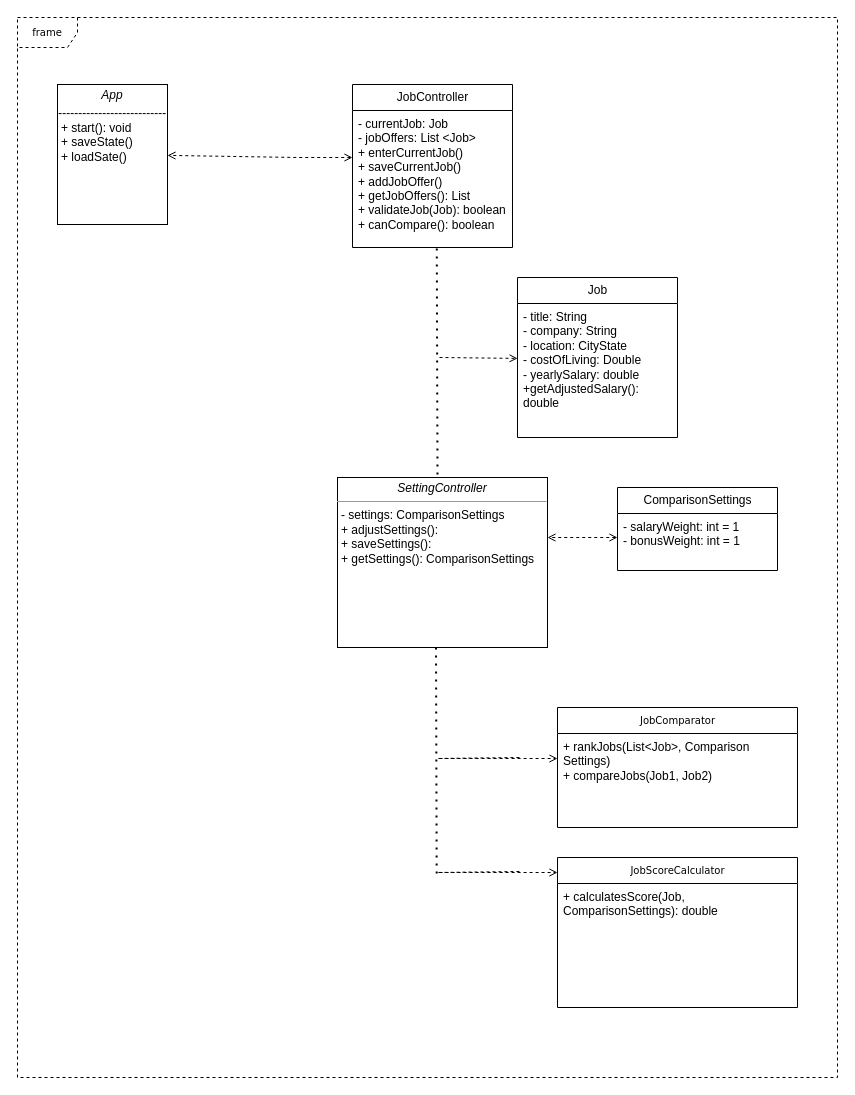
Above: Untitled Diagram.drawio in yzhuo46/myrepo (draw.io), before the change. Source tidied: cells renumbered, new cells numbered last; positions are measured from the earlier drawing's top-left corner, leaving out a move shared by most shapes. Both pictures are drawn from the tidied source at 100%, with x=0, y=0 at pixel (17, 17).
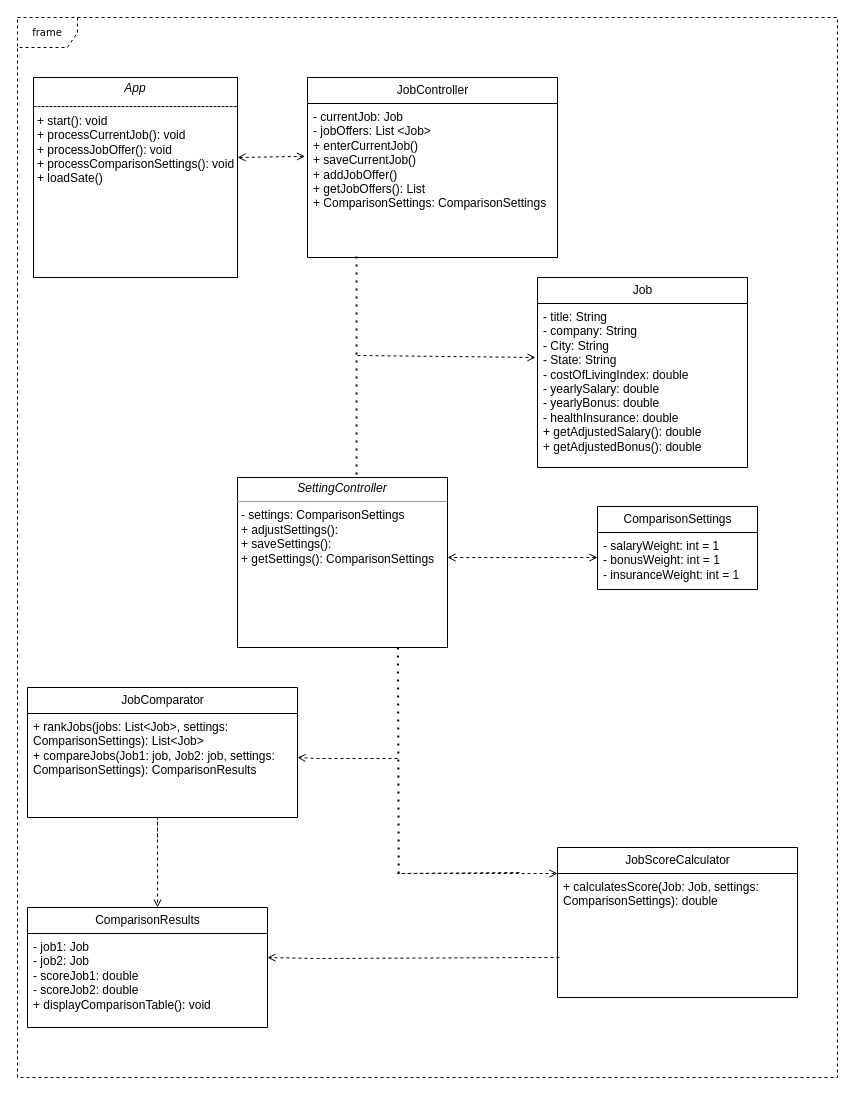
Above is the later version.

Change to the diagram source:
```diff
@@
     <mxCell id="3" value="&lt;font style=&quot;font-size: 12px;&quot; face=&quot;Helvetica&quot;&gt;JobController&lt;/font&gt;" style="swimlane;html=1;fontStyle=0;horizontal=1;startSize=26;fillColor=none;swimlaneFillColor=#ffffff;rounded=0;shadow=0;comic=0;labelBackgroundColor=none;strokeWidth=1;fontFamily=Verdana;fontSize=10;align=center;" parent="1" vertex="1">
-      <mxGeometry x="335" y="67" width="160" height="163" as="geometry" />
+      <mxGeometry x="290" y="60" width="250" height="180" as="geometry" />
     </mxCell>
-    <mxCell id="4" value="- currentJob: Job&lt;div&gt;- jobOffers: List &amp;lt;Job&amp;gt;&lt;/div&gt;&lt;div&gt;+ enterCurrentJob()&lt;/div&gt;&lt;div&gt;+ saveCurrentJob()&lt;/div&gt;&lt;div&gt;+ addJobOffer()&lt;/div&gt;&lt;div&gt;+ getJobOffers(): List&lt;/div&gt;&lt;div&gt;+ validateJob(Job): boolean&lt;/div&gt;&lt;div&gt;+ canCompare(): boolean&lt;/div&gt;" style="text;html=1;strokeColor=none;fillColor=none;align=left;verticalAlign=top;spacingLeft=4;spacingRight=4;whiteSpace=wrap;overflow=hidden;points=[[0,0.5],[1,0.5]];portConstraint=eastwest;" parent="3" vertex="1">
-      <mxGeometry y="26" width="160" height="134" as="geometry" />
+    <mxCell id="4" value="- currentJob: Job&lt;div&gt;- jobOffers: List &amp;lt;Job&amp;gt;&lt;/div&gt;&lt;div&gt;+ enterCurrentJob()&lt;/div&gt;&lt;div&gt;+ saveCurrentJob()&lt;/div&gt;&lt;div&gt;+ addJobOffer()&lt;/div&gt;&lt;div&gt;+ getJobOffers(): List&lt;/div&gt;&lt;div&gt;+&amp;nbsp;&lt;span style=&quot;text-wrap-mode: nowrap; background-color: transparent; color: light-dark(rgb(0, 0, 0), rgb(255, 255, 255));&quot;&gt;ComparisonSettings:&amp;nbsp;&lt;/span&gt;&lt;span style=&quot;text-wrap-mode: nowrap; background-color: transparent; color: light-dark(rgb(0, 0, 0), rgb(255, 255, 255));&quot;&gt;ComparisonSettings&lt;/span&gt;&lt;/div&gt;" style="text;html=1;strokeColor=none;fillColor=none;align=left;verticalAlign=top;spacingLeft=4;spacingRight=4;whiteSpace=wrap;overflow=hidden;points=[[0,0.5],[1,0.5]];portConstraint=eastwest;" parent="3" vertex="1">
+      <mxGeometry y="26" width="250" height="154" as="geometry" />
     </mxCell>
     <mxCell id="5" value="&lt;font style=&quot;font-size: 12px;&quot; face=&quot;Helvetica&quot;&gt;Job&lt;/font&gt;" style="swimlane;html=1;fontStyle=0;horizontal=1;startSize=26;fillColor=none;swimlaneFillColor=#ffffff;rounded=0;shadow=0;comic=0;labelBackgroundColor=none;strokeWidth=1;fontFamily=Verdana;fontSize=10;align=center;" parent="1" vertex="1">
-      <mxGeometry x="500" y="260" width="160" height="160" as="geometry" />
+      <mxGeometry x="520" y="260" width="210" height="190" as="geometry" />
     </mxCell>
-    <mxCell id="6" value="- title: String&lt;div&gt;- company: String&lt;/div&gt;&lt;div&gt;- location: CityState&lt;/div&gt;&lt;div&gt;- costOfLiving: Double&lt;/div&gt;&lt;div&gt;- yearlySalary: double&lt;/div&gt;&lt;div&gt;+getAdjustedSalary(): double&lt;/div&gt;" style="text;html=1;strokeColor=none;fillColor=none;align=left;verticalAlign=top;spacingLeft=4;spacingRight=4;whiteSpace=wrap;overflow=hidden;" parent="5" vertex="1">
-      <mxGeometry y="26" width="160" height="134" as="geometry" />
+    <mxCell id="6" value="- title: String&lt;div&gt;- company: String&lt;/div&gt;&lt;div&gt;- City: String&lt;/div&gt;&lt;div&gt;- State: String&lt;/div&gt;&lt;div&gt;- costOfLivingIndex: double&lt;/div&gt;&lt;div&gt;- yearlySalary: double&lt;/div&gt;&lt;div&gt;- yearlyBonus: double&lt;/div&gt;&lt;div&gt;- healthInsurance: double&lt;/div&gt;&lt;div&gt;+ getAdjustedSalary(): double&lt;/div&gt;&lt;div&gt;+ getAdjustedBonus(): double&lt;/div&gt;" style="text;html=1;strokeColor=none;fillColor=none;align=left;verticalAlign=top;spacingLeft=4;spacingRight=4;whiteSpace=wrap;overflow=hidden;" parent="5" vertex="1">
+      <mxGeometry y="26" width="210" height="164" as="geometry" />
     </mxCell>
-    <mxCell id="7" value="JobScoreCalculator" style="swimlane;html=1;fontStyle=0;horizontal=1;startSize=26;fillColor=none;swimlaneFillColor=#ffffff;rounded=0;shadow=0;comic=0;labelBackgroundColor=none;strokeWidth=1;fontFamily=Verdana;fontSize=10;align=center;" parent="1" vertex="1">
-      <mxGeometry x="540" y="840" width="240" height="150" as="geometry" />
+    <mxCell id="7" value="&lt;font style=&quot;font-size: 12px;&quot; face=&quot;Helvetica&quot;&gt;JobScoreCalculator&lt;/font&gt;" style="swimlane;html=1;fontStyle=0;horizontal=1;startSize=26;fillColor=none;swimlaneFillColor=#ffffff;rounded=0;shadow=0;comic=0;labelBackgroundColor=none;strokeWidth=1;fontFamily=Verdana;fontSize=10;align=center;" parent="1" vertex="1">
+      <mxGeometry x="540" y="830" width="240" height="150" as="geometry" />
     </mxCell>
-    <mxCell id="8" value="+ calculatesScore(Job, ComparisonSettings): double" style="text;html=1;strokeColor=none;fillColor=none;align=left;verticalAlign=top;spacingLeft=4;spacingRight=4;whiteSpace=wrap;overflow=hidden;points=[[0,0.5],[1,0.5]];portConstraint=eastwest;" parent="7" vertex="1">
+    <mxCell id="8" value="+ calculatesScore(Job: Job, settings: ComparisonSettings): double" style="text;html=1;strokeColor=none;fillColor=none;align=left;verticalAlign=top;spacingLeft=4;spacingRight=4;whiteSpace=wrap;overflow=hidden;points=[[0,0.5],[1,0.5]];portConstraint=eastwest;" parent="7" vertex="1">
       <mxGeometry y="26" width="240" height="124" as="geometry" />
     </mxCell>
-    <mxCell id="9" value="JobComparator" style="swimlane;html=1;fontStyle=0;horizontal=1;startSize=26;fillColor=none;swimlaneFillColor=#ffffff;rounded=0;shadow=0;comic=0;labelBackgroundColor=none;strokeWidth=1;fontFamily=Verdana;fontSize=10;align=center;" parent="1" vertex="1">
-      <mxGeometry x="540" y="690" width="240" height="120" as="geometry" />
+    <mxCell id="9" value="&lt;font style=&quot;font-size: 12px;&quot; face=&quot;Helvetica&quot;&gt;JobComparator&lt;/font&gt;" style="swimlane;html=1;fontStyle=0;horizontal=1;startSize=26;fillColor=none;swimlaneFillColor=#ffffff;rounded=0;shadow=0;comic=0;labelBackgroundColor=none;strokeWidth=1;fontFamily=Verdana;fontSize=10;align=center;" parent="1" vertex="1">
+      <mxGeometry x="10" y="670" width="270" height="130" as="geometry" />
     </mxCell>
-    <mxCell id="10" value="+ rankJobs(List&amp;lt;Job&amp;gt;, Comparison Settings)&lt;div&gt;+ compareJobs(Job1, Job2)&lt;/div&gt;" style="text;html=1;strokeColor=none;fillColor=none;align=left;verticalAlign=top;spacingLeft=4;spacingRight=4;whiteSpace=wrap;overflow=hidden;" parent="9" vertex="1">
-      <mxGeometry y="26" width="240" height="74" as="geometry" />
+    <mxCell id="10" value="+ rankJobs(jobs: List&amp;lt;Job&amp;gt;, settings: ComparisonSettings): List&amp;lt;Job&amp;gt;&lt;div&gt;+ compareJobs(Job1: job, Job2: job, settings: ComparisonSettings): ComparisonResults&lt;/div&gt;" style="text;html=1;strokeColor=none;fillColor=none;align=left;verticalAlign=top;spacingLeft=4;spacingRight=4;whiteSpace=wrap;overflow=hidden;" parent="9" vertex="1">
+      <mxGeometry y="26" width="270" height="74" as="geometry" />
     </mxCell>
     <mxCell id="11" value="&lt;font style=&quot;font-size: 12px;&quot; face=&quot;Helvetica&quot;&gt;ComparisonSettings&lt;/font&gt;" style="swimlane;html=1;fontStyle=0;horizontal=1;startSize=26;fillColor=none;swimlaneFillColor=#ffffff;rounded=0;shadow=0;comic=0;labelBackgroundColor=none;strokeWidth=1;fontFamily=Verdana;fontSize=10;align=center;" parent="1" vertex="1">
-      <mxGeometry x="600" y="470" width="160" height="83" as="geometry" />
+      <mxGeometry x="580" y="489" width="160" height="83" as="geometry" />
     </mxCell>
-    <mxCell id="12" value="- salaryWeight: int = 1&lt;div&gt;- bonusWeight: int = 1&lt;/div&gt;" style="text;html=1;strokeColor=none;fillColor=none;align=left;verticalAlign=top;spacingLeft=4;spacingRight=4;whiteSpace=wrap;overflow=hidden;" parent="11" vertex="1">
+    <mxCell id="12" value="- salaryWeight: int = 1&lt;div&gt;- bonusWeight: int = 1&lt;/div&gt;&lt;div&gt;- insuranceWeight: int = 1&lt;/div&gt;" style="text;html=1;strokeColor=none;fillColor=none;align=left;verticalAlign=top;spacingLeft=4;spacingRight=4;whiteSpace=wrap;overflow=hidden;" parent="11" vertex="1">
       <mxGeometry y="26" width="160" height="54" as="geometry" />
     </mxCell>
-    <mxCell id="13" value="&lt;p style=&quot;margin:0px;margin-top:4px;text-align:center;&quot;&gt;&lt;i&gt;App&lt;/i&gt;&lt;br&gt;&lt;/p&gt;&lt;p style=&quot;margin:0px;margin-top:4px;text-align:center;&quot;&gt;&lt;i&gt;---------------------------&lt;/i&gt;&lt;/p&gt;&lt;p style=&quot;margin:0px;margin-left:4px;&quot;&gt;+ start(): void&lt;br&gt;+ saveState()&lt;/p&gt;&lt;p style=&quot;margin:0px;margin-left:4px;&quot;&gt;+ loadSate()&lt;/p&gt;" style="verticalAlign=top;align=left;overflow=fill;fontSize=12;fontFamily=Helvetica;html=1;rounded=0;shadow=0;comic=0;labelBackgroundColor=none;strokeWidth=1;" parent="1" vertex="1">
-      <mxGeometry x="40" y="67" width="110" height="140" as="geometry" />
+    <mxCell id="13" value="&lt;p style=&quot;margin:0px;margin-top:4px;text-align:center;&quot;&gt;&lt;i&gt;App&lt;/i&gt;&lt;br&gt;&lt;/p&gt;&lt;p style=&quot;margin:0px;margin-top:4px;text-align:center;&quot;&gt;&lt;i&gt;---------------------------------------------------&lt;/i&gt;&lt;/p&gt;&lt;p style=&quot;margin:0px;margin-left:4px;&quot;&gt;+ start(): void&lt;br&gt;+ processCurrentJob(): void&lt;/p&gt;&lt;p style=&quot;margin:0px;margin-left:4px;&quot;&gt;+ processJobOffer(): void&lt;/p&gt;&lt;p style=&quot;margin:0px;margin-left:4px;&quot;&gt;+ processComparisonSettings(): void&lt;/p&gt;&lt;p style=&quot;margin:0px;margin-left:4px;&quot;&gt;+ loadSate()&lt;/p&gt;" style="verticalAlign=top;align=left;overflow=fill;fontSize=12;fontFamily=Helvetica;html=1;rounded=0;shadow=0;comic=0;labelBackgroundColor=none;strokeWidth=1;" parent="1" vertex="1">
+      <mxGeometry x="16" y="60" width="204" height="200" as="geometry" />
     </mxCell>
-    <mxCell id="14" style="endArrow=open;startArrow=open;html=1;rounded=0;startFill=0;dashed=1;exitX=0;exitY=0.808;exitDx=0;exitDy=0;exitPerimeter=0;endFill=0;" parent="1" edge="1" target="13">
+    <mxCell id="14" style="endArrow=open;startArrow=open;html=1;rounded=0;startFill=0;dashed=1;endFill=0;exitX=-0.01;exitY=0.343;exitDx=0;exitDy=0;exitPerimeter=0;" parent="1" edge="1" source="4">
       <mxGeometry relative="1" as="geometry">
-        <mxPoint x="335" y="140" as="sourcePoint" />
-        <Array as="points">
-          <mxPoint x="280" y="140" />
-        </Array>
+        <mxPoint x="220" y="140" as="targetPoint" />
       </mxGeometry>
     </mxCell>
@@
-    <mxCell id="16" style="endArrow=none;dashed=1;html=1;dashPattern=1 3;strokeWidth=2;rounded=0;" parent="1" edge="1">
+    <mxCell id="16" style="endArrow=none;dashed=1;html=1;dashPattern=1 3;strokeWidth=2;rounded=0;exitX=0.196;exitY=0.994;exitDx=0;exitDy=0;exitPerimeter=0;" parent="1" edge="1" source="4">
       <mxGeometry relative="1" as="geometry">
-        <mxPoint x="419.3" y="231" as="sourcePoint" />
-        <mxPoint x="420" y="461" as="targetPoint" />
+        <mxPoint x="339" y="461" as="targetPoint" />
       </mxGeometry>
     </mxCell>
     <mxCell id="17" value="&lt;p style=&quot;margin:0px;margin-top:4px;text-align:center;&quot;&gt;&lt;i&gt;SettingController&lt;/i&gt;&lt;/p&gt;&lt;hr size=&quot;1&quot;&gt;&lt;p style=&quot;margin:0px;margin-left:4px;&quot;&gt;- settings: ComparisonSettings&lt;/p&gt;&lt;p style=&quot;margin:0px;margin-left:4px;&quot;&gt;+ adjustSettings():&lt;/p&gt;&lt;p style=&quot;margin:0px;margin-left:4px;&quot;&gt;+ saveSettings():&lt;/p&gt;&lt;p style=&quot;margin:0px;margin-left:4px;&quot;&gt;+ getSettings():&amp;nbsp;&lt;span style=&quot;background-color: transparent; color: light-dark(rgb(0, 0, 0), rgb(255, 255, 255));&quot;&gt;ComparisonSettings&lt;/span&gt;&lt;/p&gt;" style="verticalAlign=top;align=left;overflow=fill;fontSize=12;fontFamily=Helvetica;html=1;rounded=0;shadow=0;comic=0;labelBackgroundColor=none;strokeWidth=1;" parent="1" vertex="1">
-      <mxGeometry x="320" y="460" width="210" height="170" as="geometry" />
+      <mxGeometry x="220" y="460" width="210" height="170" as="geometry" />
     </mxCell>
-    <mxCell id="18" style="endArrow=open;html=1;rounded=0;dashed=1;endFill=0;entryX=-0.012;entryY=0.41;entryDx=0;entryDy=0;entryPerimeter=0;" parent="1" edge="1">
+    <mxCell id="18" style="endArrow=open;html=1;rounded=0;dashed=1;endFill=0;" parent="1" edge="1">
       <mxGeometry relative="1" as="geometry">
-        <mxPoint x="422" y="340" as="sourcePoint" />
-        <mxPoint x="500.1" y="340.9" as="targetPoint" />
+        <mxPoint x="340" y="338" as="sourcePoint" />
+        <mxPoint x="518" y="340" as="targetPoint" />
       </mxGeometry>
     </mxCell>
     <mxCell id="19" style="endArrow=open;startArrow=open;html=1;rounded=0;startFill=0;dashed=1;endFill=0;" parent="1" edge="1">
       <mxGeometry relative="1" as="geometry">
-        <mxPoint x="600" y="520" as="sourcePoint" />
-        <mxPoint x="530" y="520" as="targetPoint" />
+        <mxPoint x="580" y="540" as="sourcePoint" />
+        <mxPoint x="430" y="540" as="targetPoint" />
         <Array as="points">
-          <mxPoint x="570" y="520" />
+          <mxPoint x="470" y="540" />
         </Array>
       </mxGeometry>
     </mxCell>
     <mxCell id="20" style="endArrow=none;dashed=1;html=1;dashPattern=1 3;strokeWidth=2;rounded=0;" parent="1" edge="1">
       <mxGeometry relative="1" as="geometry">
-        <mxPoint x="418.5" y="630" as="sourcePoint" />
-        <mxPoint x="419.2" y="860" as="targetPoint" />
+        <mxPoint x="380.5" y="630" as="sourcePoint" />
+        <mxPoint x="381.2" y="860" as="targetPoint" />
       </mxGeometry>
     </mxCell>
     <mxCell id="21" style="endArrow=open;html=1;rounded=0;dashed=1;endFill=0;" parent="1" edge="1">
       <mxGeometry relative="1" as="geometry">
-        <mxPoint x="501.9" y="740" as="sourcePoint" />
-        <mxPoint x="540" y="741" as="targetPoint" />
+        <mxPoint x="380" y="741" as="sourcePoint" />
+        <mxPoint x="280" y="740" as="targetPoint" />
         <Array as="points">
-          <mxPoint x="420" y="741" />
+          <mxPoint x="300" y="741" />
         </Array>
       </mxGeometry>
     </mxCell>
     <mxCell id="22" style="endArrow=open;html=1;rounded=0;dashed=1;endFill=0;" parent="1" edge="1">
       <mxGeometry relative="1" as="geometry">
-        <mxPoint x="501.9" y="854" as="sourcePoint" />
-        <mxPoint x="540" y="855" as="targetPoint" />
+        <mxPoint x="501.9" y="855" as="sourcePoint" />
+        <mxPoint x="540" y="856" as="targetPoint" />
         <Array as="points">
-          <mxPoint x="420" y="855" />
+          <mxPoint x="380" y="856" />
         </Array>
       </mxGeometry>
     </mxCell>
+    <mxCell id="23" value="&lt;font style=&quot;font-size: 12px;&quot; face=&quot;Helvetica&quot;&gt;ComparisonResults&lt;/font&gt;" style="swimlane;html=1;fontStyle=0;horizontal=1;startSize=26;fillColor=none;swimlaneFillColor=#ffffff;rounded=0;shadow=0;comic=0;labelBackgroundColor=none;strokeWidth=1;fontFamily=Verdana;fontSize=10;align=center;" parent="1" vertex="1">
+      <mxGeometry x="10" y="890" width="240" height="120" as="geometry" />
+    </mxCell>
+    <mxCell id="24" value="- job1: Job&lt;div&gt;- job2: Job&lt;/div&gt;&lt;div&gt;- scoreJob1: double&lt;/div&gt;&lt;div&gt;- scoreJob2: double&lt;/div&gt;&lt;div&gt;+ displayComparisonTable(): void&lt;/div&gt;" style="text;html=1;strokeColor=none;fillColor=none;align=left;verticalAlign=top;spacingLeft=4;spacingRight=4;whiteSpace=wrap;overflow=hidden;" parent="23" vertex="1">
+      <mxGeometry y="26" width="240" height="84" as="geometry" />
+    </mxCell>
+    <mxCell id="25" style="endArrow=open;html=1;rounded=0;dashed=1;endFill=0;exitX=0.008;exitY=0.677;exitDx=0;exitDy=0;exitPerimeter=0;" parent="1" edge="1" source="8">
+      <mxGeometry relative="1" as="geometry">
+        <mxPoint x="250" y="940" as="targetPoint" />
+        <Array as="points">
+          <mxPoint x="300" y="941" />
+        </Array>
+      </mxGeometry>
+    </mxCell>
+    <mxCell id="26" style="endArrow=open;html=1;rounded=0;dashed=1;endFill=0;entryX=0.542;entryY=-0.025;entryDx=0;entryDy=0;entryPerimeter=0;" parent="1" edge="1">
+      <mxGeometry relative="1" as="geometry">
+        <mxPoint x="140" y="820" as="sourcePoint" />
+        <mxPoint x="140.1" y="890" as="targetPoint" />
+        <Array as="points">
+          <mxPoint x="140" y="800" />
+        </Array>
+      </mxGeometry>
+    </mxCell>
```
